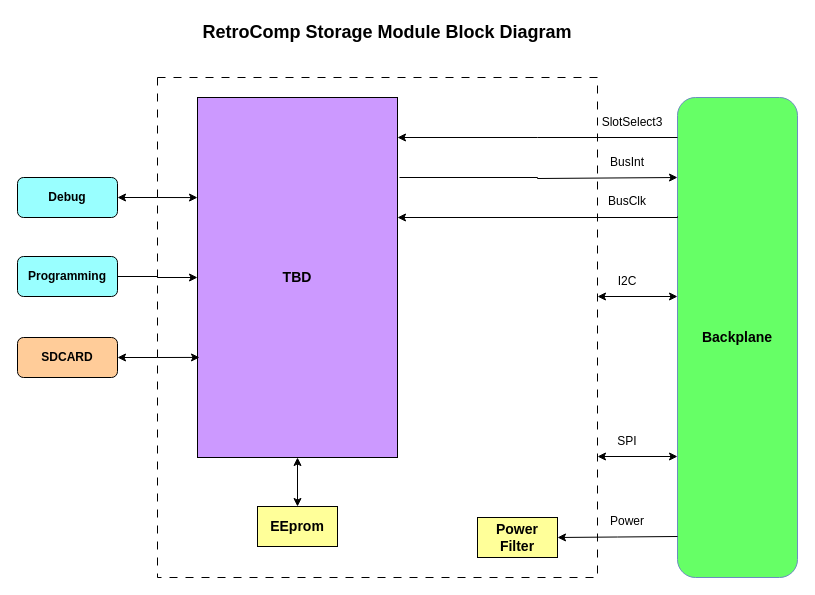
This is docs/RetroComp-Storage-Block-Diagram.drawio from dervish77/RetroComp, a draw.io file, before an edit. Source tidied: cells renumbered, new cells numbered last; positions are measured from the earlier drawing's top-left corner, leaving out a move shared by most shapes. Both pictures are drawn from the tidied source at 100%, with x=0, y=0 at pixel (17, 17).
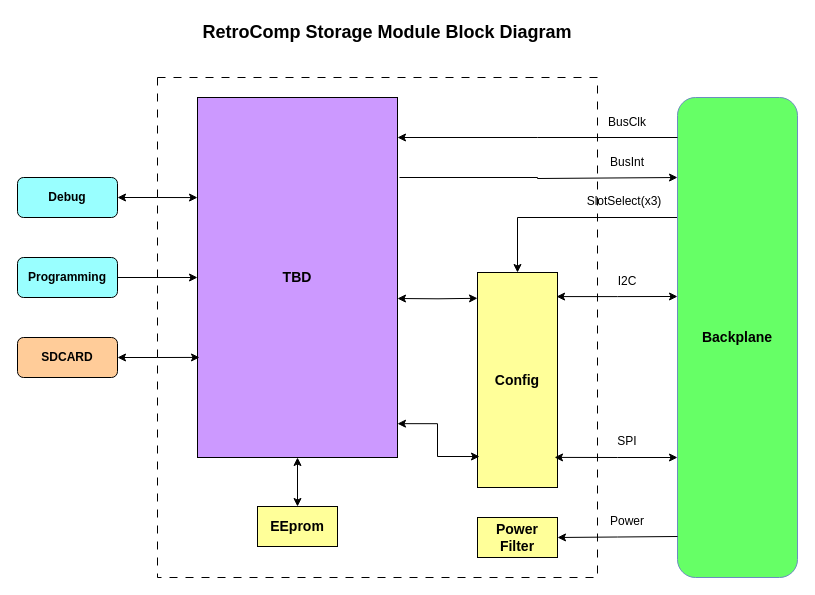
The same diagram, later.

Commit message (it also covers changes not shown here):
added serial and parallel module diagrams ; modified audio, kv, and storage

Unchanged cells that the change refers to:
```xml
<mxCell id="3" value="&lt;b&gt;&lt;font style=&quot;font-size: 14px;&quot;&gt;Backplane&lt;/font&gt;&lt;/b&gt;" style="rounded=1;whiteSpace=wrap;html=1;fillColor=#66FF66;strokeColor=#6c8ebf;" parent="1" vertex="1">
  <mxGeometry x="660" y="80" width="120" height="480" as="geometry" />
</mxCell>
<mxCell id="6" value="&lt;span style=&quot;font-size: 14px;&quot;&gt;&lt;b&gt;TBD&lt;/b&gt;&lt;/span&gt;" style="rounded=0;whiteSpace=wrap;html=1;fillColor=#CC99FF;" parent="1" vertex="1">
  <mxGeometry x="180" y="80" width="200" height="360" as="geometry" />
</mxCell>
```

Change to the diagram source:
```diff
@@
+    <mxCell id="27" style="edgeStyle=orthogonalEdgeStyle;rounded=0;jettySize=auto;html=1;exitX=0;exitY=0.25;exitDx=0;exitDy=0;entryX=0.5;entryY=0;entryDx=0;entryDy=0;" parent="1" edge="1" source="3" target="28">
+      <mxGeometry relative="1" as="geometry" />
+    </mxCell>
@@
-    <mxCell id="7" style="edgeStyle=orthogonalEdgeStyle;rounded=0;orthogonalLoop=1;jettySize=auto;html=1;exitX=1;exitY=0.75;exitDx=0;exitDy=0;entryX=0;entryY=0.75;entryDx=0;entryDy=0;startArrow=classic;startFill=1;" parent="1" edge="1">
-      <mxGeometry relative="1" as="geometry">
-        <mxPoint x="580" y="439" as="sourcePoint" />
-        <mxPoint x="660" y="439" as="targetPoint" />
-      </mxGeometry>
-    </mxCell>
@@
-    <mxCell id="13" style="edgeStyle=orthogonalEdgeStyle;rounded=0;orthogonalLoop=1;jettySize=auto;html=1;exitX=1;exitY=0.75;exitDx=0;exitDy=0;" parent="1" edge="1">
-      <mxGeometry relative="1" as="geometry">
-        <mxPoint x="660" y="199" as="sourcePoint" />
-        <mxPoint x="380" y="200" as="targetPoint" />
-        <Array as="points">
-          <mxPoint x="660" y="200" />
-          <mxPoint x="380" y="200" />
-        </Array>
-      </mxGeometry>
-    </mxCell>
-    <mxCell id="14" value="BusClk" style="text;html=1;align=center;verticalAlign=middle;whiteSpace=wrap;rounded=0;" parent="1" vertex="1">
-      <mxGeometry x="580" y="169" width="60" height="30" as="geometry" />
+    <mxCell id="14" value="SlotSelect(x3)" style="text;html=1;align=center;verticalAlign=middle;whiteSpace=wrap;rounded=0;" parent="1" vertex="1">
+      <mxGeometry x="577" y="169" width="60" height="30" as="geometry" />
     </mxCell>
@@
-    <mxCell id="17" style="edgeStyle=orthogonalEdgeStyle;rounded=0;orthogonalLoop=1;jettySize=auto;html=1;exitX=1;exitY=0.75;exitDx=0;exitDy=0;entryX=0;entryY=0.75;entryDx=0;entryDy=0;startArrow=classic;startFill=1;" parent="1" edge="1">
+    <mxCell id="17" style="edgeStyle=orthogonalEdgeStyle;rounded=0;jettySize=auto;html=1;exitX=0.988;exitY=0.112;exitDx=0;exitDy=0;entryX=0;entryY=0.75;entryDx=0;entryDy=0;startArrow=classic;startFill=1;exitPerimeter=0;" parent="1" edge="1" source="28">
       <mxGeometry relative="1" as="geometry">
-        <mxPoint x="580" y="279" as="sourcePoint" />
         <mxPoint x="660" y="279" as="targetPoint" />
       </mxGeometry>
     </mxCell>
@@
     <mxCell id="20" value="&lt;b&gt;Programming&lt;/b&gt;" style="rounded=1;whiteSpace=wrap;html=1;fillColor=#99FFFF;" parent="1" vertex="1">
-      <mxGeometry y="239" width="100" height="40" as="geometry" />
+      <mxGeometry y="240" width="100" height="40" as="geometry" />
     </mxCell>
@@
-    <mxCell id="22" value="SlotSelect3" style="text;html=1;align=center;verticalAlign=middle;whiteSpace=wrap;rounded=0;" parent="1" vertex="1">
-      <mxGeometry x="560" y="90" width="110" height="30" as="geometry" />
+    <mxCell id="22" value="BusClk" style="text;html=1;align=center;verticalAlign=middle;whiteSpace=wrap;rounded=0;" parent="1" vertex="1">
+      <mxGeometry x="555" y="90" width="110" height="30" as="geometry" />
     </mxCell>
@@
+    <mxCell id="28" value="&lt;span style=&quot;font-size: 14px;&quot;&gt;&lt;b&gt;Config&lt;/b&gt;&lt;/span&gt;" style="rounded=0;whiteSpace=wrap;html=1;fillColor=#FFFF99;" parent="1" vertex="1">
+      <mxGeometry x="460" y="255" width="80" height="215" as="geometry" />
+    </mxCell>
+    <mxCell id="29" style="edgeStyle=orthogonalEdgeStyle;rounded=0;jettySize=auto;html=1;exitX=0;exitY=0.75;exitDx=0;exitDy=0;entryX=0.963;entryY=0.86;entryDx=0;entryDy=0;entryPerimeter=0;startArrow=classic;startFill=1;" parent="1" edge="1" source="3" target="28">
+      <mxGeometry relative="1" as="geometry" />
+    </mxCell>
+    <mxCell id="30" style="edgeStyle=orthogonalEdgeStyle;rounded=0;orthogonalLoop=1;jettySize=auto;html=1;exitX=0;exitY=0.25;exitDx=0;exitDy=0;entryX=1;entryY=0.636;entryDx=0;entryDy=0;entryPerimeter=0;startArrow=classic;startFill=1;" parent="1" edge="1">
+      <mxGeometry relative="1" as="geometry">
+        <mxPoint x="460" y="280.8" as="sourcePoint" />
+        <mxPoint x="380" y="281" as="targetPoint" />
+      </mxGeometry>
+    </mxCell>
+    <mxCell id="31" style="edgeStyle=orthogonalEdgeStyle;rounded=0;jettySize=auto;html=1;exitX=0.025;exitY=0.856;exitDx=0;exitDy=0;entryX=1;entryY=0.906;entryDx=0;entryDy=0;entryPerimeter=0;startArrow=classic;startFill=1;exitPerimeter=0;" parent="1" edge="1" source="28" target="6">
+      <mxGeometry relative="1" as="geometry" />
+    </mxCell>
```
